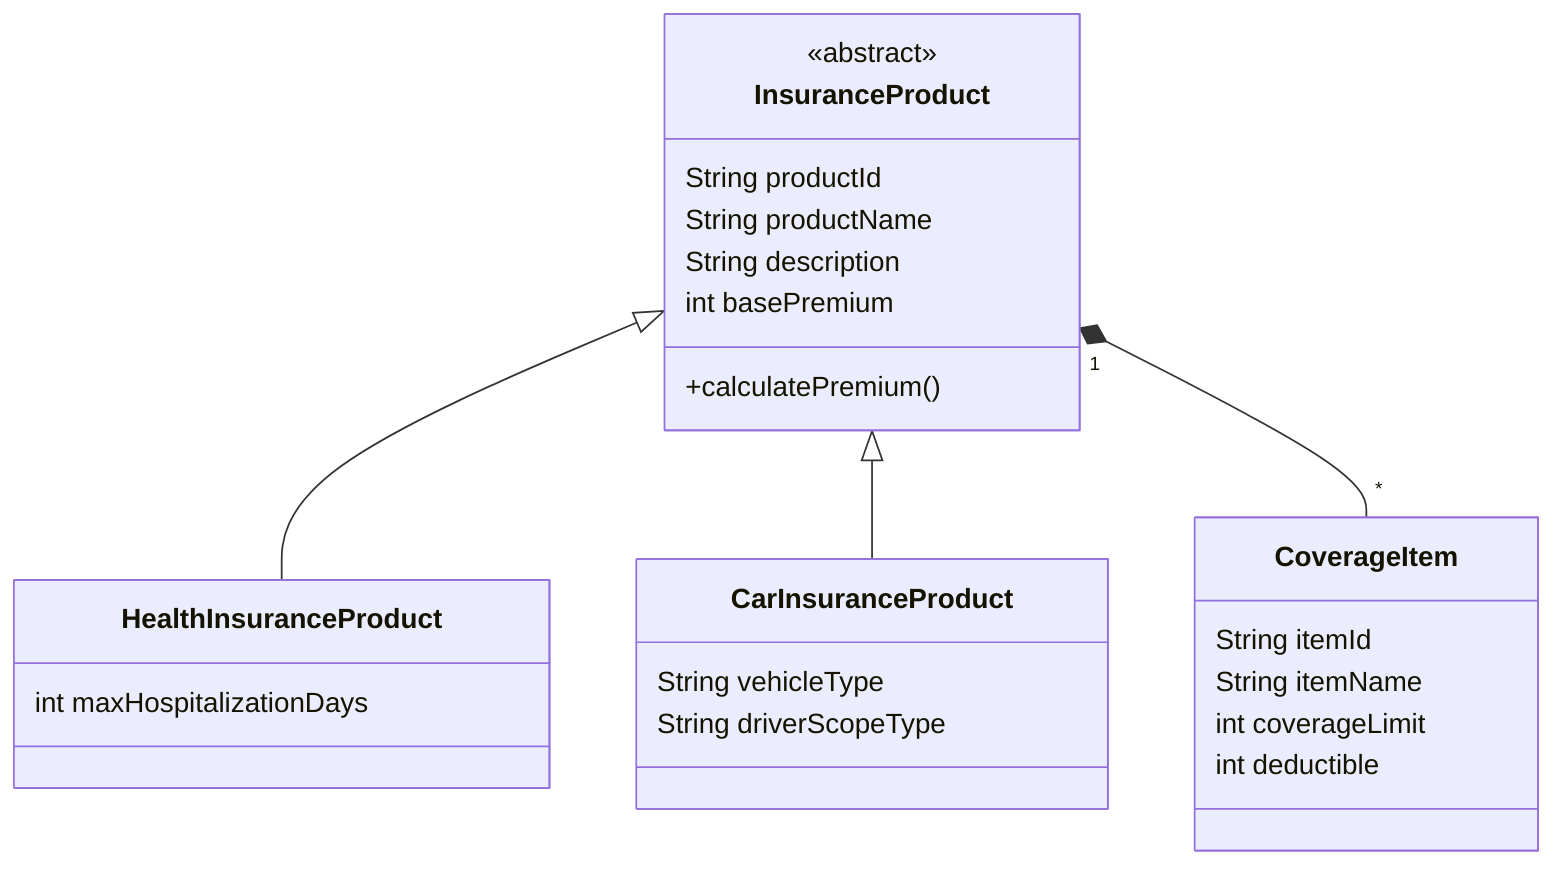
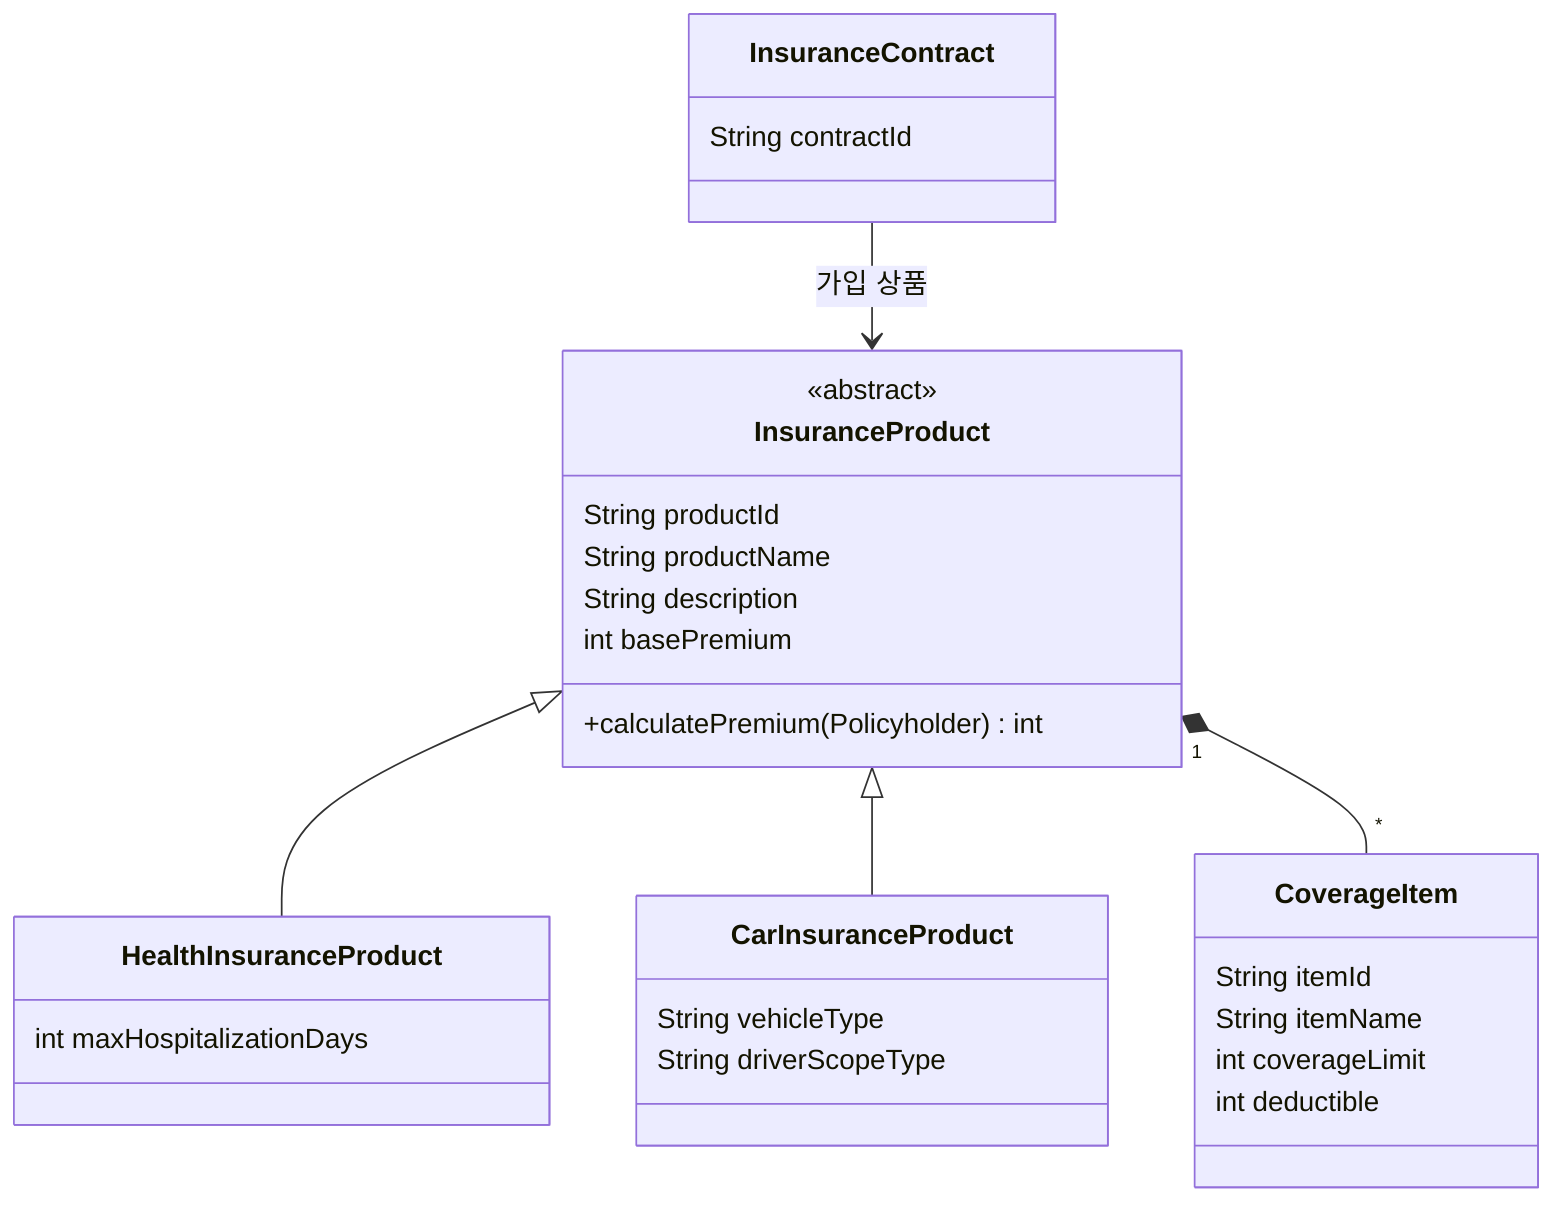
classDiagram
direction TB
+ class InsuranceContract {
+   String contractId
+ }
class InsuranceProduct {
  <<abstract>>
  String productId
  String productName
  String description
  int basePremium
-   +calculatePremium()
+   +calculatePremium(Policyholder) int
}
class HealthInsuranceProduct {
  int maxHospitalizationDays
}
class CarInsuranceProduct {
  String vehicleType
  String driverScopeType
}
class CoverageItem {
  String itemId
  String itemName
  int coverageLimit
  int deductible
}
+ InsuranceContract --> InsuranceProduct : 가입 상품
InsuranceProduct <|-- HealthInsuranceProduct
InsuranceProduct <|-- CarInsuranceProduct
InsuranceProduct "1" *-- "*" CoverageItem
